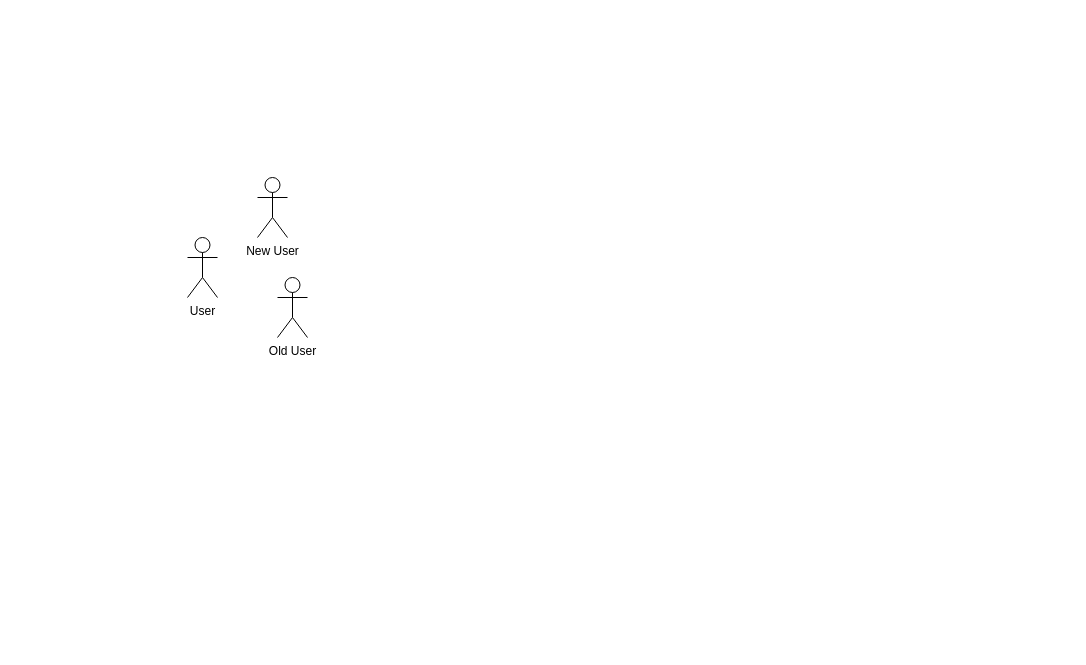
Before: Untitled Diagramxxx1.drawio in caoquy2000/DBI, a draw.io diagram. Source tidied: cells renumbered, new cells numbered last; positions are measured from the earlier drawing's top-left corner, leaving out a move shared by most shapes. Both pictures are drawn from the tidied source at 100%, with x=0, y=0 at pixel (187, 177).
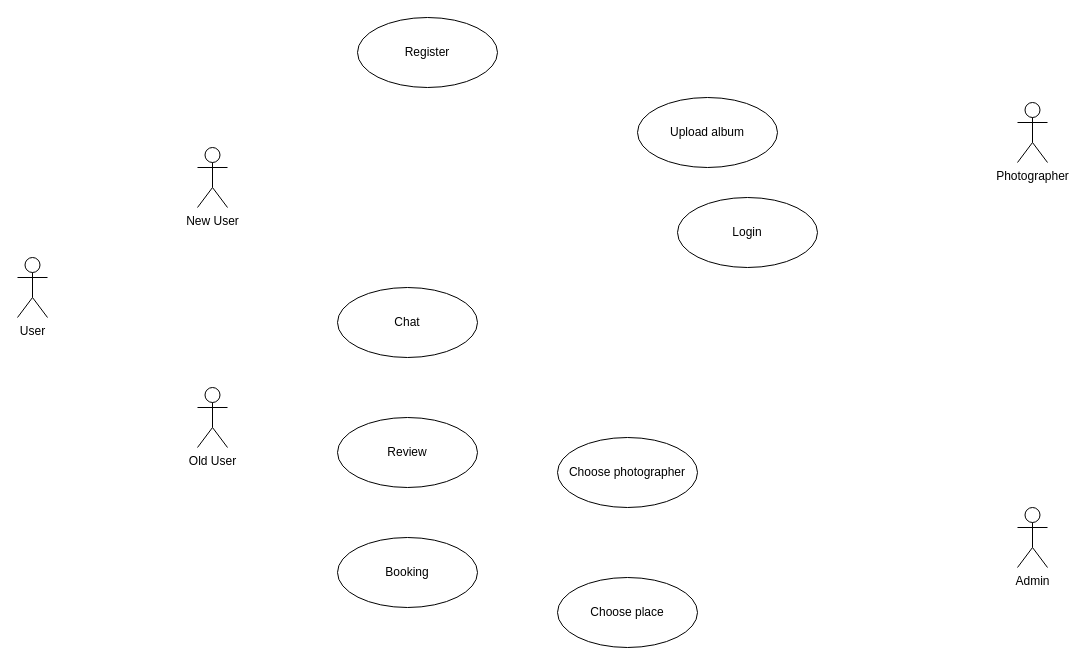
The same page after the edit.

Change to the diagram source:
```diff
@@
 <mxGraphModel>
   <root>
     <mxCell id="0" />
     <mxCell id="1" parent="0" />
     <mxCell id="2" value="User" style="shape=umlActor;verticalLabelPosition=bottom;verticalAlign=top;html=1;" parent="1" vertex="1">
-      <mxGeometry y="60" width="30" height="60" as="geometry" />
+      <mxGeometry x="-170" y="80" width="30" height="60" as="geometry" />
     </mxCell>
     <mxCell id="3" value="New User" style="shape=umlActor;verticalLabelPosition=bottom;verticalAlign=top;html=1;" parent="1" vertex="1">
-      <mxGeometry x="70" width="30" height="60" as="geometry" />
+      <mxGeometry x="10" y="-30" width="30" height="60" as="geometry" />
     </mxCell>
     <mxCell id="4" value="Old User" style="shape=umlActor;verticalLabelPosition=bottom;verticalAlign=top;html=1;" parent="1" vertex="1">
-      <mxGeometry x="90" y="100" width="30" height="60" as="geometry" />
+      <mxGeometry x="10" y="210" width="30" height="60" as="geometry" />
     </mxCell>
+    <mxCell id="5" value="Register" style="ellipse;whiteSpace=wrap;html=1;" parent="1" vertex="1">
+      <mxGeometry x="170" y="-160" width="140" height="70" as="geometry" />
+    </mxCell>
+    <mxCell id="6" value="Chat" style="ellipse;whiteSpace=wrap;html=1;" parent="1" vertex="1">
+      <mxGeometry x="150" y="110" width="140" height="70" as="geometry" />
+    </mxCell>
+    <mxCell id="7" value="Login" style="ellipse;whiteSpace=wrap;html=1;" parent="1" vertex="1">
+      <mxGeometry x="490" y="20" width="140" height="70" as="geometry" />
+    </mxCell>
+    <mxCell id="8" value="Booking" style="ellipse;whiteSpace=wrap;html=1;" parent="1" vertex="1">
+      <mxGeometry x="150" y="360" width="140" height="70" as="geometry" />
+    </mxCell>
+    <mxCell id="9" value="Choose photographer" style="ellipse;whiteSpace=wrap;html=1;" parent="1" vertex="1">
+      <mxGeometry x="370" y="260" width="140" height="70" as="geometry" />
+    </mxCell>
+    <mxCell id="10" value="Choose place" style="ellipse;whiteSpace=wrap;html=1;" parent="1" vertex="1">
+      <mxGeometry x="370" y="400" width="140" height="70" as="geometry" />
+    </mxCell>
+    <mxCell id="11" value="Review" style="ellipse;whiteSpace=wrap;html=1;" parent="1" vertex="1">
+      <mxGeometry x="150" y="240" width="140" height="70" as="geometry" />
+    </mxCell>
+    <mxCell id="12" value="Upload album" style="ellipse;whiteSpace=wrap;html=1;" parent="1" vertex="1">
+      <mxGeometry x="450" y="-80" width="140" height="70" as="geometry" />
+    </mxCell>
+    <mxCell id="13" value="Photographer" style="shape=umlActor;verticalLabelPosition=bottom;verticalAlign=top;html=1;" parent="1" vertex="1">
+      <mxGeometry x="830" y="-75" width="30" height="60" as="geometry" />
+    </mxCell>
+    <mxCell id="14" value="Admin" style="shape=umlActor;verticalLabelPosition=bottom;verticalAlign=top;html=1;" parent="1" vertex="1">
+      <mxGeometry x="830" y="330" width="30" height="60" as="geometry" />
+    </mxCell>
   </root>
 </mxGraphModel>
```
